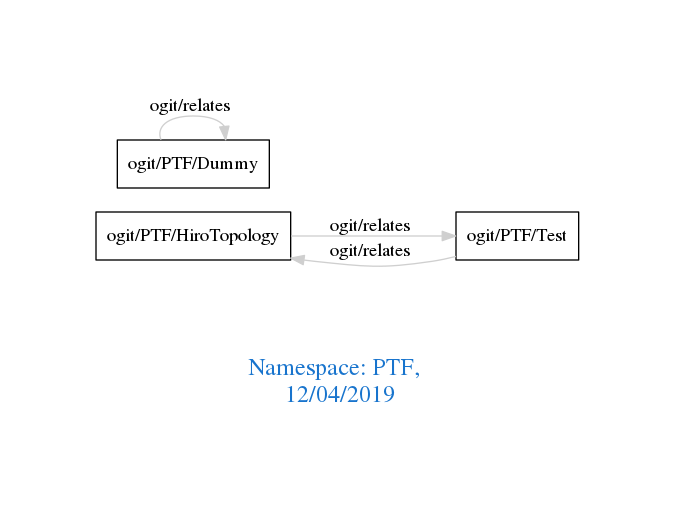
Above: downloads/PTF.png in arago/OGIT (Graphviz), before the change. Its source is kept beside it as downloads/PTF.dot.
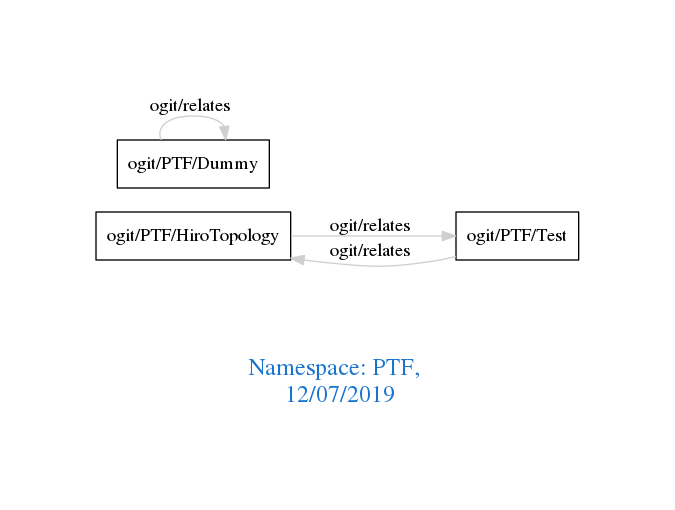
The same file after the commit.

What changed in the source:
```diff
@@ -1,7 +1,7 @@
 digraph OGIT_ontology {
  graph [ rankdir= LR,pad=1
 fontsize = 18,
-fontcolor= dodgerblue3,label = "\n\n\nNamespace: PTF, \n 12/04/2019"];
+fontcolor= dodgerblue3,label = "\n\n\nNamespace: PTF, \n 12/07/2019"];
 node[shape=polygon];
 edge [  color="gray81"];
 
```
